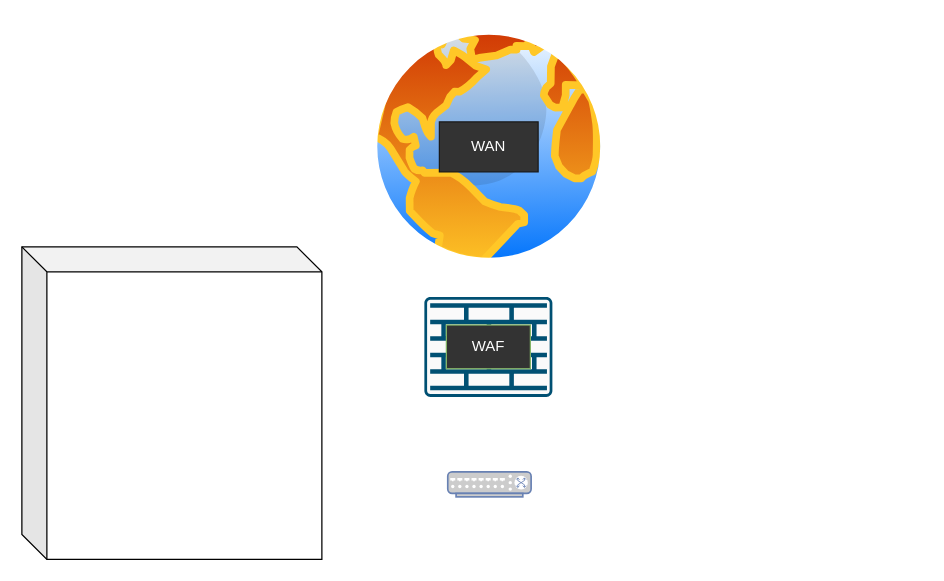
Earlier version of the draw.io diagram Tetha.drawio (Tiafoxxx/BW1). Source tidied: cells renumbered, new cells numbered last; positions are measured from the earlier drawing's top-left corner, leaving out a move shared by most shapes. Both pictures are drawn from the tidied source at 125%, with x=0, y=0 at pixel (21, 21).
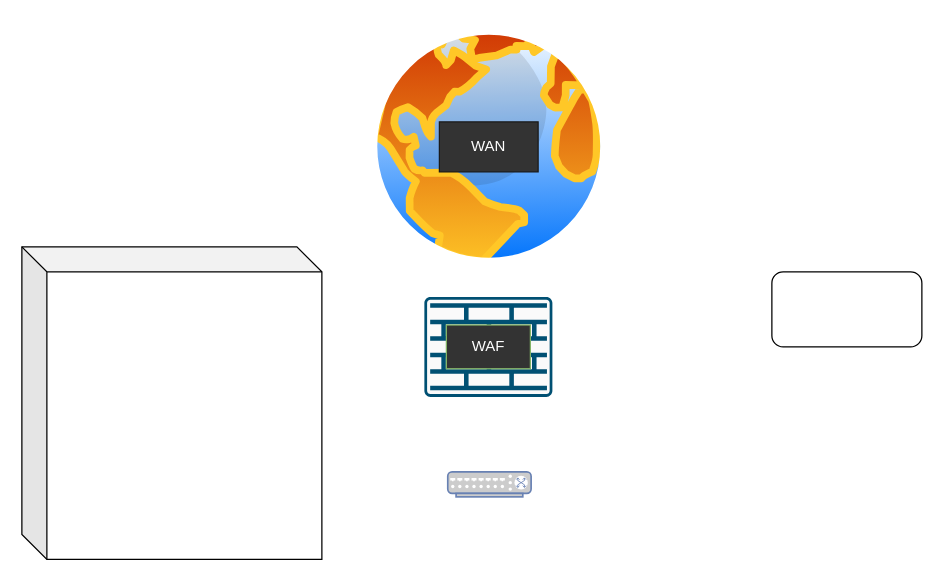
After the change.

Change to the diagram source:
```diff
@@
 <mxGraphModel>
   <root>
     <mxCell id="0" />
     <mxCell id="1" parent="0" />
     <mxCell id="2" style="image;perimeter=ellipsePerimeter;html=1;align=center;shadow=0;dashed=0;spacingTop=3;image=img/lib/active_directory/internet_globe.svg;" parent="1" vertex="1">
       <mxGeometry x="274" width="200" height="200" as="geometry" />
     </mxCell>
     <mxCell id="3" value="&lt;font color=&quot;#ffffff&quot;&gt;WAN&lt;/font&gt;" style="text;align=center;html=1;verticalAlign=middle;whiteSpace=wrap;rounded=0;fillColor=#333333;strokeColor=#1A1A1A;gradientColor=none;" parent="1" vertex="1">
       <mxGeometry x="334" y="80" width="79" height="40" as="geometry" />
     </mxCell>
     <mxCell id="4" style="sketch=0;verticalLabelPosition=bottom;html=1;verticalAlign=top;align=center;shape=mxgraph.cisco19.rect;prIcon=firewall;fillColor=#FAFAFA;strokeColor=#005073;" parent="1" vertex="1">
       <mxGeometry x="322" y="220" width="102.4" height="80" as="geometry" />
     </mxCell>
     <mxCell id="5" value="&lt;font color=&quot;#ffffff&quot;&gt;WAF&lt;/font&gt;" style="text;strokeColor=#82b366;align=center;fillColor=#333333;html=1;verticalAlign=middle;whiteSpace=wrap;rounded=0;gradientColor=none;" parent="1" vertex="1">
       <mxGeometry x="339.6" y="242.5" width="67.2" height="35" as="geometry" />
     </mxCell>
     <mxCell id="6" style="fontColor=#0066CC;verticalAlign=top;verticalLabelPosition=bottom;labelPosition=center;align=center;html=1;fillColor=#CCCCCC;strokeColor=#6881B3;gradientColor=none;gradientDirection=north;strokeWidth=2;shape=mxgraph.networks.switch;" parent="1" vertex="1">
       <mxGeometry x="340.7" y="360" width="66.7" height="20" as="geometry" />
     </mxCell>
     <mxCell id="7" style="shape=cube;whiteSpace=wrap;html=1;boundedLbl=1;backgroundOutline=1;darkOpacity=0.05;darkOpacity2=0.1;" parent="1" vertex="1">
       <mxGeometry y="180" width="240" height="250" as="geometry" />
     </mxCell>
+    <mxCell id="8" style="rounded=1;whiteSpace=wrap;html=1;" parent="1" vertex="1">
+      <mxGeometry x="600" y="200" width="120" height="60" as="geometry" />
+    </mxCell>
   </root>
 </mxGraphModel>
```
